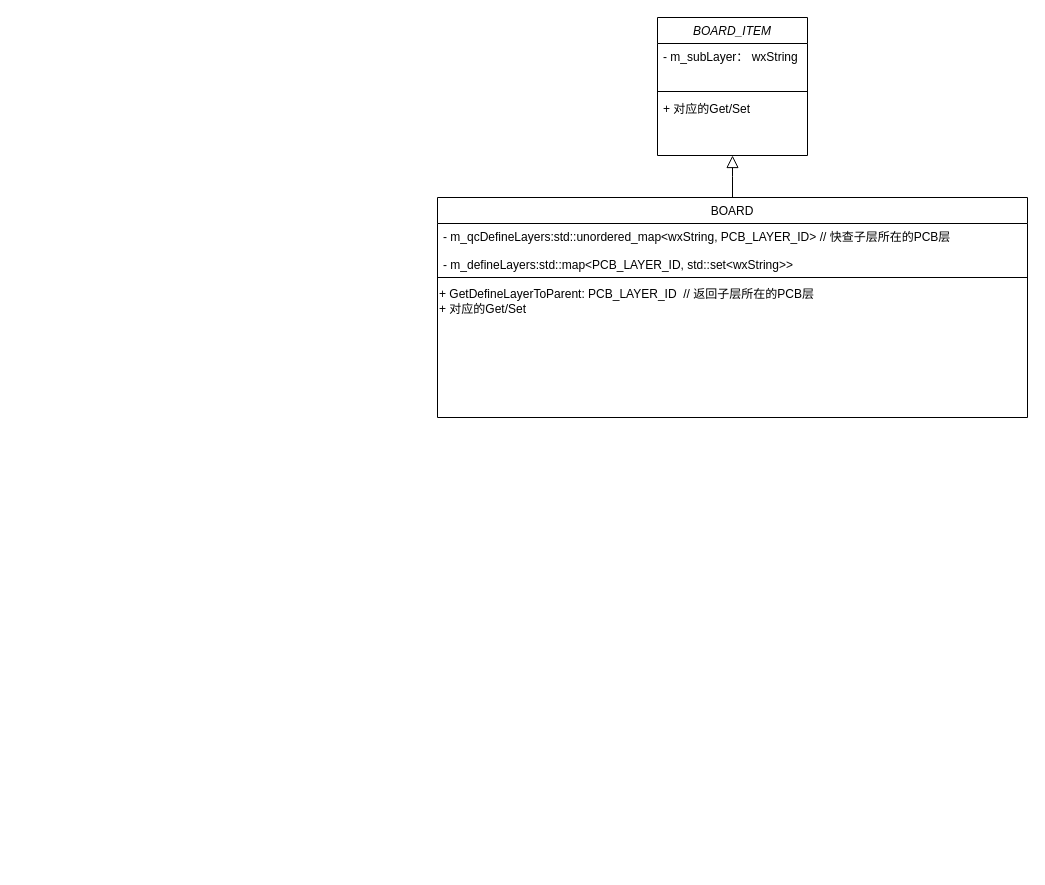
Earlier version of the draw.io diagram 未命名绘图1.drawio (xiziss/xiziss.github.io). Source tidied: cells renumbered, new cells numbered last; positions are measured from the earlier drawing's top-left corner, leaving out a move shared by most shapes. Both pictures are drawn from the tidied source at 100%, with x=0, y=0 at pixel (437, 17).
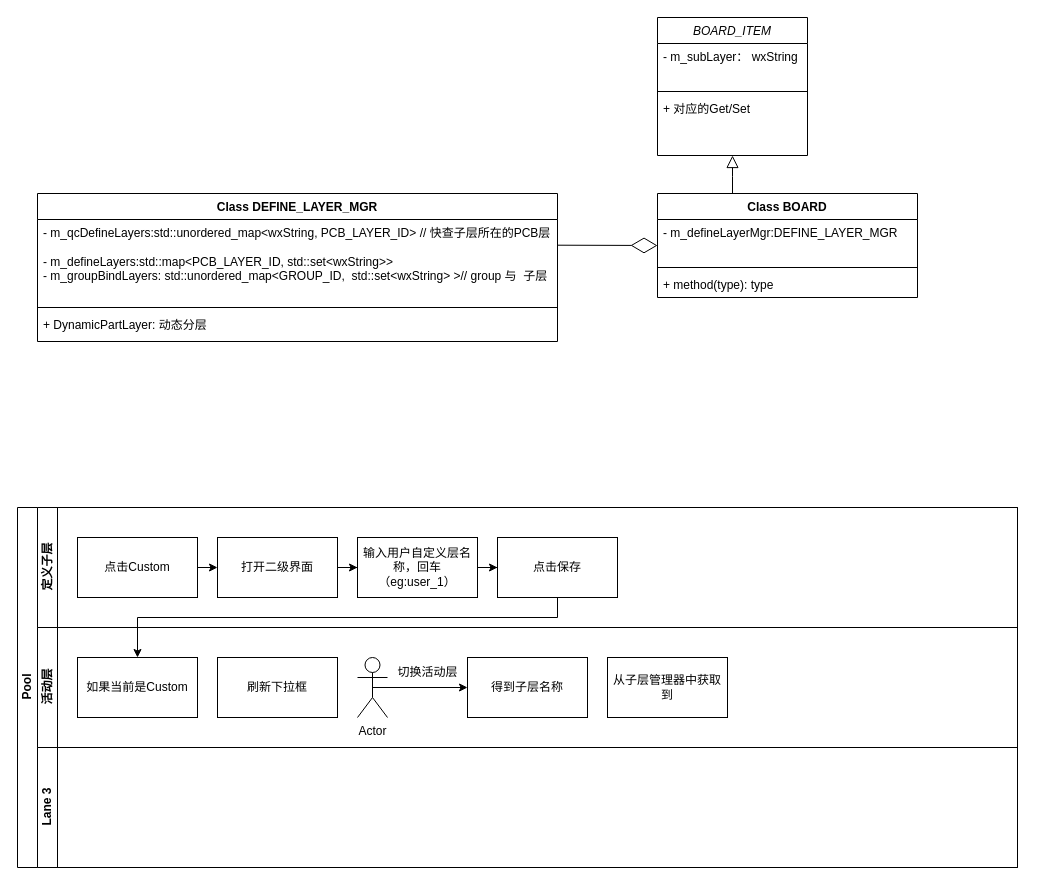
After the change.

Commit message:
更新未命名绘图1.drawio

Unchanged cells that the change refers to:
```xml
<mxCell id="2" value="BOARD_ITEM" style="swimlane;fontStyle=2;align=center;verticalAlign=top;horizontal=1;startSize=26;rounded=0;shadow=0;strokeWidth=1;" parent="1" vertex="1">
  <mxGeometry x="220" width="150" height="138" as="geometry" />
</mxCell>
```

Diff of the diagram source:
```diff
@@
-    <mxCell id="6" value="BOARD" style="swimlane;fontStyle=0;align=center;verticalAlign=top;horizontal=1;startSize=26;rounded=0;shadow=0;strokeWidth=1;" parent="1" vertex="1">
-      <mxGeometry y="180" width="590" height="220" as="geometry" />
-    </mxCell>
-    <mxCell id="7" value="- m_qcDefineLayers:std::unordered_map&lt;wxString, PCB_LAYER_ID&gt; // 快查子层所在的PCB层&#10;&#10;- m_defineLayers:std::map&lt;PCB_LAYER_ID, std::set&lt;wxString&gt;&gt; " style="text;align=left;verticalAlign=top;spacingLeft=4;spacingRight=4;overflow=hidden;rounded=0;shadow=0;html=0;" parent="6" vertex="1">
-      <mxGeometry y="26" width="590" height="50" as="geometry" />
-    </mxCell>
-    <mxCell id="8" style="line;html=1;strokeWidth=1;align=left;verticalAlign=middle;spacingTop=-1;spacingLeft=3;spacingRight=3;labelPosition=right;" parent="6" vertex="1">
-      <mxGeometry y="76" width="590" height="8" as="geometry" />
-    </mxCell>
-    <mxCell id="9" value="+ GetDefineLayerToParent: PCB_LAYER_ID&amp;nbsp; // 返回子层所在的PCB层&lt;br&gt;+ 对应的Get/Set" style="text;html=1;align=left;verticalAlign=middle;strokeColor=none;fillColor=none;" parent="6" vertex="1">
-      <mxGeometry y="84" width="590" height="40" as="geometry" />
-    </mxCell>
-    <mxCell id="10" style="endArrow=block;endSize=10;endFill=0;shadow=0;strokeWidth=1;rounded=0;edgeStyle=elbowEdgeStyle;elbow=vertical;" parent="1" edge="1" source="6" target="2">
-      <mxGeometry relative="1" as="geometry" />
+    <mxCell id="10" style="endArrow=block;endSize=10;endFill=0;shadow=0;strokeWidth=1;rounded=0;edgeStyle=elbowEdgeStyle;elbow=vertical;" parent="1" edge="1" target="2">
+      <mxGeometry relative="1" as="geometry">
+        <mxPoint x="295" y="180" as="sourcePoint" />
+      </mxGeometry>
     </mxCell>
+    <mxCell id="11" value="Class&amp;nbsp;DEFINE_LAYER_MGR" style="swimlane;fontStyle=1;align=center;verticalAlign=top;horizontal=1;startSize=26;whiteSpace=wrap;html=1;" parent="1" vertex="1">
+      <mxGeometry x="-400" y="176" width="520" height="148" as="geometry" />
+    </mxCell>
+    <mxCell id="12" value="- m_qcDefineLayers:std::unordered_map&amp;lt;wxString, PCB_LAYER_ID&amp;gt; // 快查子层所在的PCB层&lt;br style=&quot;border-color: var(--border-color); padding: 0px; margin: 0px;&quot;&gt;&lt;br style=&quot;border-color: var(--border-color); padding: 0px; margin: 0px;&quot;&gt;- m_defineLayers:std::map&amp;lt;PCB_LAYER_ID, std::set&amp;lt;wxString&amp;gt;&amp;gt;&amp;nbsp;&lt;br&gt;- m_groupBindLayers: std::unordered_map&amp;lt;GROUP_ID,&amp;nbsp; std::set&amp;lt;wxString&amp;gt; &amp;gt;// group 与&amp;nbsp; 子层&amp;nbsp;" style="text;strokeColor=none;fillColor=none;align=left;verticalAlign=top;spacingLeft=4;spacingRight=4;overflow=hidden;whiteSpace=wrap;html=1;" parent="11" vertex="1">
+      <mxGeometry y="26" width="520" height="84" as="geometry" />
+    </mxCell>
+    <mxCell id="13" style="line;strokeWidth=1;fillColor=none;align=left;verticalAlign=middle;spacingTop=-1;spacingLeft=3;spacingRight=3;labelPosition=right;strokeColor=inherit;" parent="11" vertex="1">
+      <mxGeometry y="110" width="520" height="8" as="geometry" />
+    </mxCell>
+    <mxCell id="14" value="+ DynamicPartLayer: 动态分层&lt;br&gt;" style="text;strokeColor=none;fillColor=none;align=left;verticalAlign=top;spacingLeft=4;spacingRight=4;overflow=hidden;whiteSpace=wrap;html=1;" parent="11" vertex="1">
+      <mxGeometry y="118" width="520" height="30" as="geometry" />
+    </mxCell>
+    <mxCell id="15" value="Class BOARD" style="swimlane;fontStyle=1;align=center;verticalAlign=top;horizontal=1;startSize=26;whiteSpace=wrap;html=1;" parent="1" vertex="1">
+      <mxGeometry x="220" y="176" width="260" height="104" as="geometry" />
+    </mxCell>
+    <mxCell id="16" value="- m_defineLayerMgr:DEFINE_LAYER_MGR&lt;br&gt;" style="text;strokeColor=none;fillColor=none;align=left;verticalAlign=top;spacingLeft=4;spacingRight=4;overflow=hidden;whiteSpace=wrap;html=1;" parent="15" vertex="1">
+      <mxGeometry y="26" width="260" height="44" as="geometry" />
+    </mxCell>
+    <mxCell id="17" style="line;strokeWidth=1;fillColor=none;align=left;verticalAlign=middle;spacingTop=-1;spacingLeft=3;spacingRight=3;labelPosition=right;strokeColor=inherit;" parent="15" vertex="1">
+      <mxGeometry y="70" width="260" height="8" as="geometry" />
+    </mxCell>
+    <mxCell id="18" value="+ method(type): type" style="text;strokeColor=none;fillColor=none;align=left;verticalAlign=top;spacingLeft=4;spacingRight=4;overflow=hidden;whiteSpace=wrap;html=1;" parent="15" vertex="1">
+      <mxGeometry y="78" width="260" height="26" as="geometry" />
+    </mxCell>
+    <mxCell id="19" style="endArrow=diamondThin;endFill=0;endSize=24;html=1;rounded=0;" parent="1" edge="1">
+      <mxGeometry relative="1" as="geometry">
+        <mxPoint x="120" y="227.7" as="sourcePoint" />
+        <mxPoint x="220" y="228" as="targetPoint" />
+      </mxGeometry>
+    </mxCell>
+    <mxCell id="20" value="Pool" style="swimlane;horizontal=0;startSize=20;html=1;" parent="1" vertex="1">
+      <mxGeometry x="-420" y="490" width="1000" height="360" as="geometry" />
+    </mxCell>
+    <mxCell id="21" value="定义子层" style="swimlane;startSize=20;horizontal=0;html=1;" parent="20" vertex="1">
+      <mxGeometry x="20" width="980" height="120" as="geometry" />
+    </mxCell>
+    <mxCell id="22" style="edgeStyle=orthogonalEdgeStyle;rounded=0;jettySize=auto;html=1;exitX=1;exitY=0.5;exitDx=0;exitDy=0;entryX=0;entryY=0.5;entryDx=0;entryDy=0;" parent="21" edge="1" source="23" target="25">
+      <mxGeometry relative="1" as="geometry" />
+    </mxCell>
+    <mxCell id="23" value="点击Custom" style="rounded=0;whiteSpace=wrap;html=1;" parent="21" vertex="1">
+      <mxGeometry x="40" y="30" width="120" height="60" as="geometry" />
+    </mxCell>
+    <mxCell id="24" style="edgeStyle=orthogonalEdgeStyle;rounded=0;jettySize=auto;html=1;exitX=1;exitY=0.5;exitDx=0;exitDy=0;" parent="21" edge="1" source="25" target="27">
+      <mxGeometry relative="1" as="geometry" />
+    </mxCell>
+    <mxCell id="25" value="打开二级界面" style="rounded=0;whiteSpace=wrap;html=1;" parent="21" vertex="1">
+      <mxGeometry x="180" y="30" width="120" height="60" as="geometry" />
+    </mxCell>
+    <mxCell id="26" style="edgeStyle=orthogonalEdgeStyle;rounded=0;jettySize=auto;html=1;exitX=1;exitY=0.5;exitDx=0;exitDy=0;" parent="21" edge="1" source="27" target="28">
+      <mxGeometry relative="1" as="geometry" />
+    </mxCell>
+    <mxCell id="27" value="输入用户自定义层名称，回车（eg:user_1）" style="rounded=0;whiteSpace=wrap;html=1;" parent="21" vertex="1">
+      <mxGeometry x="320" y="30" width="120" height="60" as="geometry" />
+    </mxCell>
+    <mxCell id="28" value="点击保存" style="rounded=0;whiteSpace=wrap;html=1;" parent="21" vertex="1">
+      <mxGeometry x="460" y="30" width="120" height="60" as="geometry" />
+    </mxCell>
+    <mxCell id="29" value="活动层" style="swimlane;startSize=20;horizontal=0;html=1;" parent="20" vertex="1">
+      <mxGeometry x="20" y="120" width="980" height="120" as="geometry" />
+    </mxCell>
+    <mxCell id="30" value="如果当前是Custom" style="rounded=0;whiteSpace=wrap;html=1;" parent="29" vertex="1">
+      <mxGeometry x="40" y="30" width="120" height="60" as="geometry" />
+    </mxCell>
+    <mxCell id="31" value="刷新下拉框" style="rounded=0;whiteSpace=wrap;html=1;" parent="29" vertex="1">
+      <mxGeometry x="180" y="30" width="120" height="60" as="geometry" />
+    </mxCell>
+    <mxCell id="32" style="edgeStyle=orthogonalEdgeStyle;rounded=0;jettySize=auto;html=1;exitX=0.5;exitY=0.5;exitDx=0;exitDy=0;exitPerimeter=0;entryX=0;entryY=0.5;entryDx=0;entryDy=0;" parent="29" edge="1" source="33" target="34">
+      <mxGeometry relative="1" as="geometry" />
+    </mxCell>
+    <mxCell id="33" value="Actor" style="shape=umlActor;verticalLabelPosition=bottom;verticalAlign=top;html=1;outlineConnect=0;" parent="29" vertex="1">
+      <mxGeometry x="320" y="30" width="30" height="60" as="geometry" />
+    </mxCell>
+    <mxCell id="34" value="得到子层名称" style="rounded=0;whiteSpace=wrap;html=1;" parent="29" vertex="1">
+      <mxGeometry x="430" y="30" width="120" height="60" as="geometry" />
+    </mxCell>
+    <mxCell id="35" value="切换活动层" style="text;html=1;align=center;verticalAlign=middle;strokeColor=none;fillColor=none;" parent="29" vertex="1">
+      <mxGeometry x="350" y="30" width="80" height="30" as="geometry" />
+    </mxCell>
+    <mxCell id="36" value="Lane 3" style="swimlane;startSize=20;horizontal=0;html=1;" parent="20" vertex="1">
+      <mxGeometry x="20" y="240" width="980" height="120" as="geometry" />
+    </mxCell>
+    <mxCell id="37" style="edgeStyle=orthogonalEdgeStyle;rounded=0;jettySize=auto;html=1;exitX=0.5;exitY=1;exitDx=0;exitDy=0;entryX=0.5;entryY=0;entryDx=0;entryDy=0;" parent="20" edge="1" source="28" target="30">
+      <mxGeometry relative="1" as="geometry">
+        <Array as="points">
+          <mxPoint x="540" y="110" />
+          <mxPoint x="120" y="110" />
+        </Array>
+      </mxGeometry>
+    </mxCell>
+    <mxCell id="38" value="从子层管理器中获取到" style="rounded=0;whiteSpace=wrap;html=1;" parent="1" vertex="1">
+      <mxGeometry x="170" y="640" width="120" height="60" as="geometry" />
+    </mxCell>
```
